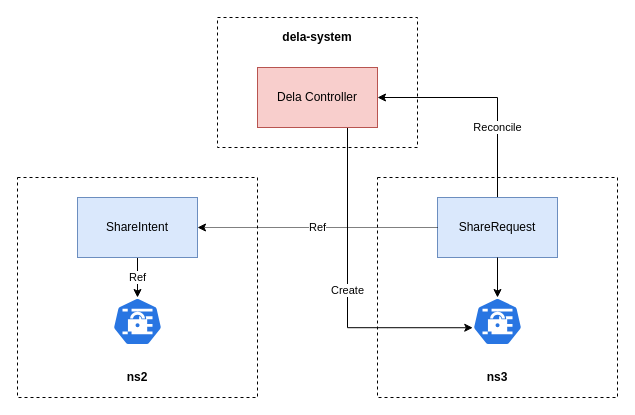
Before: assets/architecture.drawio in phillebaba/dela, a draw.io diagram. Source tidied: cells renumbered, new cells numbered last; positions are measured from the earlier drawing's top-left corner, leaving out a move shared by most shapes. Both pictures are drawn from the tidied source at 100%, with x=0, y=0 at pixel (17, 17).
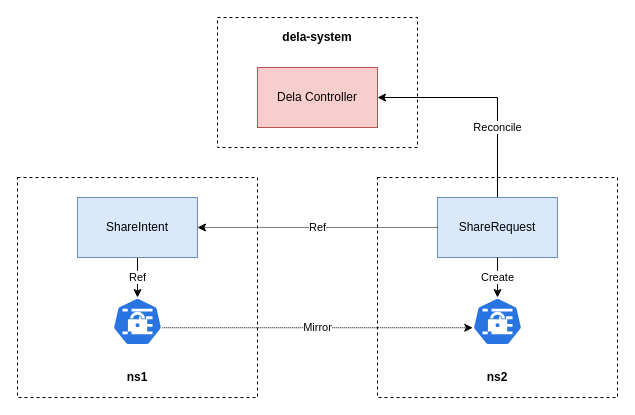
After the change.

Commit message (it also covers changes not shown here):
Update overview diagram

Change to the diagram source:
```diff
@@
 <mxGraphModel>
   <root>
     <mxCell id="0" />
     <mxCell id="1" parent="0" />
     <mxCell id="2" style="rounded=0;whiteSpace=wrap;html=1;dashed=1;" parent="1" vertex="1">
       <mxGeometry x="200" width="200" height="130" as="geometry" />
     </mxCell>
     <mxCell id="3" style="rounded=0;whiteSpace=wrap;html=1;dashed=1;" parent="1" vertex="1">
       <mxGeometry x="360" y="160" width="240" height="220" as="geometry" />
     </mxCell>
     <mxCell id="4" value="Reconcile" style="edgeStyle=orthogonalEdgeStyle;rounded=0;jettySize=auto;html=1;entryX=1;entryY=0.5;entryDx=0;entryDy=0;startArrow=none;startFill=0;endArrow=classic;endFill=1;" parent="1" edge="1" source="5" target="8">
       <mxGeometry x="-0.36" relative="1" as="geometry">
         <Array as="points">
           <mxPoint x="480" y="80" />
         </Array>
       </mxGeometry>
     </mxCell>
     <mxCell id="5" value="ShareRequest" style="rounded=0;whiteSpace=wrap;html=1;fillColor=#dae8fc;strokeColor=#6c8ebf;" parent="1" vertex="1">
       <mxGeometry x="420" y="180" width="120" height="60" as="geometry" />
     </mxCell>
     <mxCell id="6" style="rounded=0;whiteSpace=wrap;html=1;dashed=1;" parent="1" vertex="1">
       <mxGeometry y="160" width="240" height="220" as="geometry" />
     </mxCell>
-    <mxCell id="7" value="Create" style="edgeStyle=orthogonalEdgeStyle;rounded=0;jettySize=auto;html=1;exitX=0.75;exitY=1;exitDx=0;exitDy=0;entryX=0.005;entryY=0.63;entryDx=0;entryDy=0;entryPerimeter=0;startArrow=none;startFill=0;endArrow=classic;endFill=1;" parent="1" edge="1" source="8" target="17">
-      <mxGeometry relative="1" as="geometry" />
-    </mxCell>
     <mxCell id="8" value="Dela Controller" style="rounded=0;whiteSpace=wrap;html=1;fillColor=#f8cecc;strokeColor=#b85450;" parent="1" vertex="1">
       <mxGeometry x="240" y="50" width="120" height="60" as="geometry" />
     </mxCell>
     <mxCell id="9" value="dela-system" style="text;html=1;strokeColor=none;fillColor=none;align=center;verticalAlign=middle;whiteSpace=wrap;rounded=0;fontStyle=1;" parent="1" vertex="1">
       <mxGeometry x="250" y="10" width="100" height="20" as="geometry" />
     </mxCell>
-    <mxCell id="10" value="ns2" style="text;html=1;strokeColor=none;fillColor=none;align=center;verticalAlign=middle;whiteSpace=wrap;rounded=0;fontStyle=1;" parent="1" vertex="1">
+    <mxCell id="10" value="ns1" style="text;html=1;strokeColor=none;fillColor=none;align=center;verticalAlign=middle;whiteSpace=wrap;rounded=0;fontStyle=1;" parent="1" vertex="1">
       <mxGeometry x="100" y="350" width="40" height="20" as="geometry" />
     </mxCell>
-    <mxCell id="11" value="ns3" style="text;html=1;strokeColor=none;fillColor=none;align=center;verticalAlign=middle;whiteSpace=wrap;rounded=0;fontStyle=1;" parent="1" vertex="1">
+    <mxCell id="11" value="ns2" style="text;html=1;strokeColor=none;fillColor=none;align=center;verticalAlign=middle;whiteSpace=wrap;rounded=0;fontStyle=1;" parent="1" vertex="1">
       <mxGeometry x="460" y="350" width="40" height="20" as="geometry" />
     </mxCell>
     <mxCell id="12" value="Ref" style="edgeStyle=orthogonalEdgeStyle;rounded=0;jettySize=auto;html=1;exitX=0.5;exitY=1;exitDx=0;exitDy=0;entryX=0.5;entryY=0;entryDx=0;entryDy=0;entryPerimeter=0;" parent="1" edge="1" source="13" target="14">
       <mxGeometry relative="1" as="geometry" />
     </mxCell>
     <mxCell id="13" value="ShareIntent" style="rounded=0;whiteSpace=wrap;html=1;fillColor=#dae8fc;strokeColor=#6c8ebf;" parent="1" vertex="1">
       <mxGeometry x="60" y="180" width="120" height="60" as="geometry" />
     </mxCell>
+    <mxCell id="18" value="Mirror" style="edgeStyle=orthogonalEdgeStyle;rounded=0;jettySize=auto;html=1;exitX=0.995;exitY=0.63;exitDx=0;exitDy=0;exitPerimeter=0;entryX=0.005;entryY=0.63;entryDx=0;entryDy=0;entryPerimeter=0;startArrow=none;startFill=0;endArrow=classic;endFill=1;dashed=1;dashPattern=1 1;" parent="1" edge="1" source="14" target="17">
+      <mxGeometry relative="1" as="geometry" />
+    </mxCell>
     <mxCell id="14" style="html=1;dashed=0;whitespace=wrap;fillColor=#2875E2;strokeColor=#ffffff;points=[[0.005,0.63,0],[0.1,0.2,0],[0.9,0.2,0],[0.5,0,0],[0.995,0.63,0],[0.72,0.99,0],[0.5,1,0],[0.28,0.99,0]];shape=mxgraph.kubernetes.icon;prIcon=secret;" parent="1" vertex="1">
       <mxGeometry x="95" y="280" width="50" height="48" as="geometry" />
     </mxCell>
     <mxCell id="15" value="Ref" style="edgeStyle=orthogonalEdgeStyle;rounded=0;jettySize=auto;html=1;entryX=1;entryY=0.5;entryDx=0;entryDy=0;dashed=1;dashPattern=1 1;" parent="1" edge="1" source="5" target="13">
       <mxGeometry relative="1" as="geometry" />
     </mxCell>
-    <mxCell id="16" style="edgeStyle=orthogonalEdgeStyle;rounded=0;jettySize=auto;html=1;entryX=0.5;entryY=0;entryDx=0;entryDy=0;entryPerimeter=0;" parent="1" edge="1" source="5" target="17">
+    <mxCell id="16" value="Create" style="edgeStyle=orthogonalEdgeStyle;rounded=0;jettySize=auto;html=1;entryX=0.5;entryY=0;entryDx=0;entryDy=0;entryPerimeter=0;" parent="1" edge="1" source="5" target="17">
       <mxGeometry relative="1" as="geometry" />
     </mxCell>
     <mxCell id="17" style="html=1;dashed=0;whitespace=wrap;fillColor=#2875E2;strokeColor=#ffffff;points=[[0.005,0.63,0],[0.1,0.2,0],[0.9,0.2,0],[0.5,0,0],[0.995,0.63,0],[0.72,0.99,0],[0.5,1,0],[0.28,0.99,0]];shape=mxgraph.kubernetes.icon;prIcon=secret;" parent="1" vertex="1">
       <mxGeometry x="455" y="280" width="50" height="48" as="geometry" />
     </mxCell>
   </root>
 </mxGraphModel>
```
